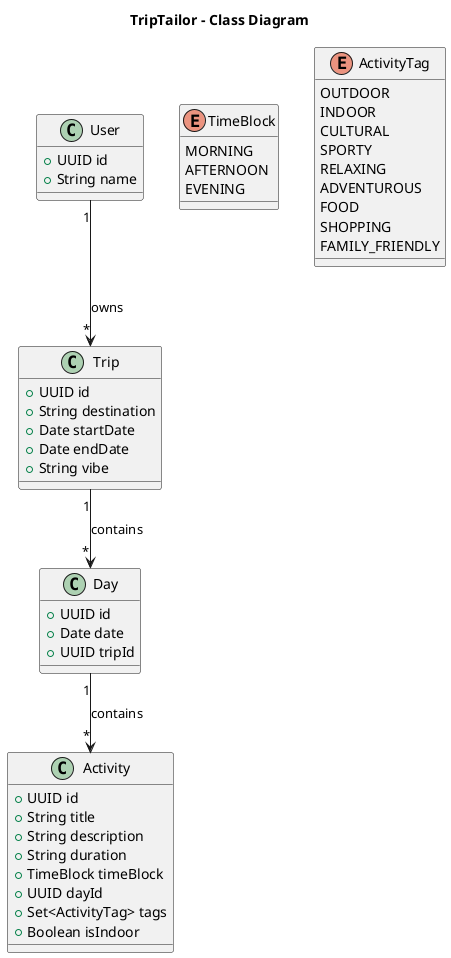
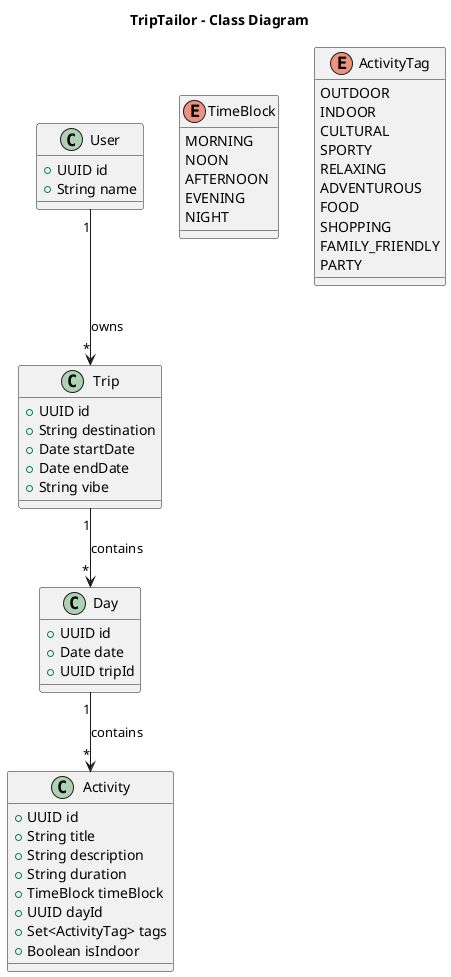
@startuml class-diagram
title TripTailor - Class Diagram

class Trip {
  +UUID id
  +String destination
  +Date startDate
  +Date endDate
  +String vibe
}

class Day {
  +UUID id
  +Date date
  +UUID tripId
}

class Activity {
  +UUID id
  +String title
  +String description
  +String duration
  +TimeBlock timeBlock
  +UUID dayId
  +Set<ActivityTag> tags
  +Boolean isIndoor
}

enum TimeBlock {
  MORNING
+   NOON
  AFTERNOON
  EVENING
+   NIGHT
}

enum ActivityTag {
  OUTDOOR
  INDOOR
  CULTURAL
  SPORTY
  RELAXING
  ADVENTUROUS
  FOOD
  SHOPPING
  FAMILY_FRIENDLY
+   PARTY
}

class User {
  +UUID id
  +String name
}

User "1" --> "*" Trip : owns
Trip "1" --> "*" Day : contains
Day "1" --> "*" Activity : contains

@enduml